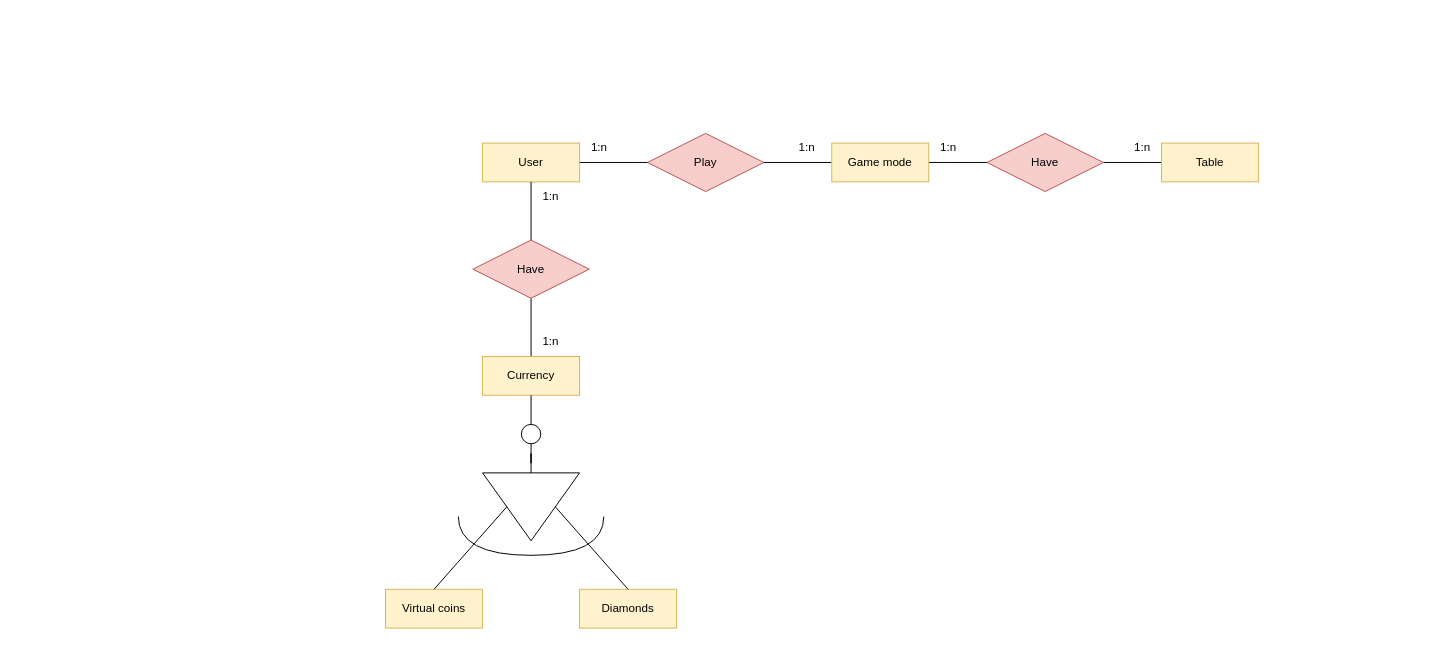
Earlier version of the draw.io diagram page "Página-2" (2 of 2) of doc/diagrams/TableStars_ER.drawio (samugd17/proyecto-ets). Source tidied: cells renumbered, new cells numbered last; positions are measured from the earlier drawing's top-left corner, leaving out a move shared by most shapes. Both pictures are drawn from the tidied source at 97%, with x=0, y=0 at pixel (385, 133).
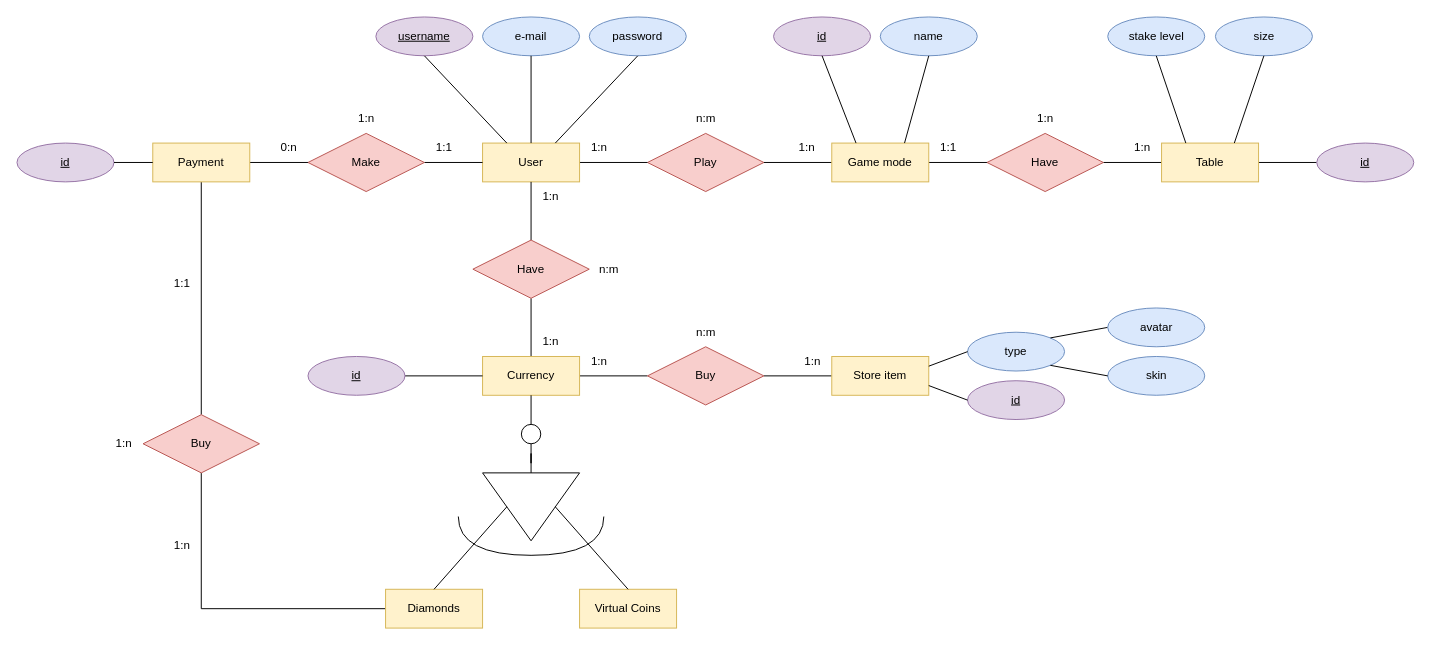
The same page after the edit.

Unchanged cells that the change refers to:
```xml
<mxCell id="5" value="User" style="whiteSpace=wrap;html=1;align=center;fillColor=#fff2cc;strokeColor=#d6b656;" parent="1" vertex="1">
  <mxGeometry x="100" y="10" width="100" height="40" as="geometry" />
</mxCell>
<mxCell id="7" value="Game mode" style="whiteSpace=wrap;html=1;align=center;fillColor=#fff2cc;strokeColor=#d6b656;" parent="1" vertex="1">
  <mxGeometry x="460" y="10" width="100" height="40" as="geometry" />
</mxCell>
<mxCell id="12" value="Table" style="whiteSpace=wrap;html=1;align=center;fillColor=#fff2cc;strokeColor=#d6b656;" parent="1" vertex="1">
  <mxGeometry x="800" y="10" width="100" height="40" as="geometry" />
</mxCell>
<mxCell id="18" value="Currency" style="whiteSpace=wrap;html=1;align=center;fillColor=#fff2cc;strokeColor=#d6b656;" parent="1" vertex="1">
  <mxGeometry x="100" y="230" width="100" height="40" as="geometry" />
</mxCell>
```

Change to the diagram source:
```diff
@@
+    <mxCell id="30" style="edgeStyle=orthogonalEdgeStyle;rounded=0;jettySize=auto;html=1;entryX=0;entryY=0.5;entryDx=0;entryDy=0;endArrow=none;endFill=0;" parent="1" edge="1" source="12" target="58">
+      <mxGeometry relative="1" as="geometry" />
+    </mxCell>
@@
-    <mxCell id="14" value="1:n" style="text;html=1;align=center;verticalAlign=middle;strokeColor=none;fillColor=none;" parent="1" vertex="1">
+    <mxCell id="14" value="1:1" style="text;html=1;align=center;verticalAlign=middle;strokeColor=none;fillColor=none;" parent="1" vertex="1">
       <mxGeometry x="560" width="40" height="30" as="geometry" />
     </mxCell>
@@
+    <mxCell id="31" style="edgeStyle=orthogonalEdgeStyle;rounded=0;jettySize=auto;html=1;entryX=0;entryY=0.5;entryDx=0;entryDy=0;endArrow=none;endFill=0;" parent="1" edge="1" source="18" target="60">
+      <mxGeometry relative="1" as="geometry" />
+    </mxCell>
@@
-    <mxCell id="22" value="Diamonds" style="whiteSpace=wrap;html=1;align=center;fillColor=#fff2cc;strokeColor=#d6b656;" parent="1" vertex="1">
+    <mxCell id="22" value="Virtual Coins" style="whiteSpace=wrap;html=1;align=center;fillColor=#fff2cc;strokeColor=#d6b656;" parent="1" vertex="1">
       <mxGeometry x="200" y="470" width="100" height="40" as="geometry" />
     </mxCell>
+    <mxCell id="32" style="edgeStyle=orthogonalEdgeStyle;rounded=0;jettySize=auto;html=1;entryX=0.5;entryY=1;entryDx=0;entryDy=0;endArrow=none;endFill=0;" parent="1" edge="1" source="23" target="66">
+      <mxGeometry relative="1" as="geometry" />
+    </mxCell>
-    <mxCell id="23" value="Virtual coins" style="whiteSpace=wrap;html=1;align=center;fillColor=#fff2cc;strokeColor=#d6b656;" parent="1" vertex="1">
+    <mxCell id="23" value="Diamonds" style="whiteSpace=wrap;html=1;align=center;fillColor=#fff2cc;strokeColor=#d6b656;" parent="1" vertex="1">
       <mxGeometry y="470" width="100" height="40" as="geometry" />
     </mxCell>
@@
+    <mxCell id="33" style="edgeStyle=orthogonalEdgeStyle;rounded=0;jettySize=auto;html=1;entryX=1;entryY=0.5;entryDx=0;entryDy=0;endArrow=none;endFill=0;" parent="1" edge="1" source="35" target="37">
+      <mxGeometry relative="1" as="geometry" />
+    </mxCell>
+    <mxCell id="34" style="edgeStyle=orthogonalEdgeStyle;rounded=0;jettySize=auto;html=1;entryX=0;entryY=0.5;entryDx=0;entryDy=0;endArrow=none;endFill=0;" parent="1" edge="1" source="35" target="5">
+      <mxGeometry relative="1" as="geometry" />
+    </mxCell>
+    <mxCell id="35" value="Make" style="shape=rhombus;perimeter=rhombusPerimeter;whiteSpace=wrap;html=1;align=center;fillColor=#f8cecc;strokeColor=#b85450;" parent="1" vertex="1">
+      <mxGeometry x="-80" width="120" height="60" as="geometry" />
+    </mxCell>
+    <mxCell id="36" style="edgeStyle=orthogonalEdgeStyle;rounded=0;jettySize=auto;html=1;entryX=0.5;entryY=0;entryDx=0;entryDy=0;endArrow=none;endFill=0;" parent="1" edge="1" source="37" target="66">
+      <mxGeometry relative="1" as="geometry" />
+    </mxCell>
+    <mxCell id="37" value="Payment" style="whiteSpace=wrap;html=1;align=center;fillColor=#fff2cc;strokeColor=#d6b656;" parent="1" vertex="1">
+      <mxGeometry x="-240" y="10" width="100" height="40" as="geometry" />
+    </mxCell>
+    <mxCell id="38" value="0:n" style="text;html=1;align=center;verticalAlign=middle;strokeColor=none;fillColor=none;" parent="1" vertex="1">
+      <mxGeometry x="-120" width="40" height="30" as="geometry" />
+    </mxCell>
+    <mxCell id="39" value="1:1" style="text;html=1;align=center;verticalAlign=middle;strokeColor=none;fillColor=none;" parent="1" vertex="1">
+      <mxGeometry x="40" width="40" height="30" as="geometry" />
+    </mxCell>
+    <mxCell id="40" value="username" style="ellipse;whiteSpace=wrap;html=1;align=center;fontStyle=4;fillColor=#e1d5e7;strokeColor=#9673a6;" parent="1" vertex="1">
+      <mxGeometry x="-10" y="-120" width="100" height="40" as="geometry" />
+    </mxCell>
+    <mxCell id="41" style="endArrow=none;html=1;rounded=0;entryX=0.5;entryY=1;entryDx=0;entryDy=0;exitX=0.25;exitY=0;exitDx=0;exitDy=0;" parent="1" edge="1" source="5" target="40">
+      <mxGeometry relative="1" as="geometry" />
+    </mxCell>
+    <mxCell id="42" value="e-mail" style="ellipse;whiteSpace=wrap;html=1;align=center;fillColor=#dae8fc;strokeColor=#6c8ebf;" parent="1" vertex="1">
+      <mxGeometry x="100" y="-120" width="100" height="40" as="geometry" />
+    </mxCell>
+    <mxCell id="43" style="endArrow=none;html=1;rounded=0;entryX=0.5;entryY=1;entryDx=0;entryDy=0;exitX=0.5;exitY=0;exitDx=0;exitDy=0;" parent="1" edge="1" source="5" target="42">
+      <mxGeometry relative="1" as="geometry" />
+    </mxCell>
+    <mxCell id="44" value="password" style="ellipse;whiteSpace=wrap;html=1;align=center;fillColor=#dae8fc;strokeColor=#6c8ebf;" parent="1" vertex="1">
+      <mxGeometry x="210" y="-120" width="100" height="40" as="geometry" />
+    </mxCell>
+    <mxCell id="45" style="endArrow=none;html=1;rounded=0;entryX=0.5;entryY=1;entryDx=0;entryDy=0;exitX=0.75;exitY=0;exitDx=0;exitDy=0;" parent="1" edge="1" source="5" target="44">
+      <mxGeometry relative="1" as="geometry" />
+    </mxCell>
+    <mxCell id="46" value="id" style="ellipse;whiteSpace=wrap;html=1;align=center;fontStyle=4;fillColor=#e1d5e7;strokeColor=#9673a6;" parent="1" vertex="1">
+      <mxGeometry x="400" y="-120" width="100" height="40" as="geometry" />
+    </mxCell>
+    <mxCell id="47" value="name" style="ellipse;whiteSpace=wrap;html=1;align=center;fillColor=#dae8fc;strokeColor=#6c8ebf;" parent="1" vertex="1">
+      <mxGeometry x="510" y="-120" width="100" height="40" as="geometry" />
+    </mxCell>
+    <mxCell id="48" style="endArrow=none;html=1;rounded=0;entryX=0.5;entryY=1;entryDx=0;entryDy=0;exitX=0.25;exitY=0;exitDx=0;exitDy=0;" parent="1" edge="1" source="7" target="46">
+      <mxGeometry relative="1" as="geometry" />
+    </mxCell>
+    <mxCell id="49" style="endArrow=none;html=1;rounded=0;entryX=0.5;entryY=1;entryDx=0;entryDy=0;exitX=0.75;exitY=0;exitDx=0;exitDy=0;" parent="1" edge="1" source="7" target="47">
+      <mxGeometry relative="1" as="geometry" />
+    </mxCell>
+    <mxCell id="50" value="size" style="ellipse;whiteSpace=wrap;html=1;align=center;fillColor=#dae8fc;strokeColor=#6c8ebf;" parent="1" vertex="1">
+      <mxGeometry x="855.5" y="-120" width="100" height="40" as="geometry" />
+    </mxCell>
+    <mxCell id="51" style="endArrow=none;html=1;rounded=0;entryX=0.5;entryY=1;entryDx=0;entryDy=0;exitX=0.75;exitY=0;exitDx=0;exitDy=0;" parent="1" edge="1" source="12" target="50">
+      <mxGeometry relative="1" as="geometry" />
+    </mxCell>
+    <mxCell id="52" value="stake level" style="ellipse;whiteSpace=wrap;html=1;align=center;fillColor=#dae8fc;strokeColor=#6c8ebf;" parent="1" vertex="1">
+      <mxGeometry x="744.5" y="-120" width="100" height="40" as="geometry" />
+    </mxCell>
+    <mxCell id="53" style="endArrow=none;html=1;rounded=0;entryX=0.5;entryY=1;entryDx=0;entryDy=0;exitX=0.25;exitY=0;exitDx=0;exitDy=0;" parent="1" edge="1" source="12" target="52">
+      <mxGeometry relative="1" as="geometry" />
+    </mxCell>
+    <mxCell id="54" value="id" style="ellipse;whiteSpace=wrap;html=1;align=center;fontStyle=4;fillColor=#e1d5e7;strokeColor=#9673a6;" parent="1" vertex="1">
+      <mxGeometry x="-380" y="10" width="100" height="40" as="geometry" />
+    </mxCell>
+    <mxCell id="55" style="endArrow=none;html=1;rounded=0;entryX=1;entryY=0.5;entryDx=0;entryDy=0;exitX=0;exitY=0.5;exitDx=0;exitDy=0;" parent="1" edge="1" source="37" target="54">
+      <mxGeometry relative="1" as="geometry" />
+    </mxCell>
+    <mxCell id="56" style="edgeStyle=orthogonalEdgeStyle;rounded=0;jettySize=auto;html=1;entryX=0;entryY=0.5;entryDx=0;entryDy=0;endArrow=none;endFill=0;" parent="1" edge="1" source="57" target="18">
+      <mxGeometry relative="1" as="geometry" />
+    </mxCell>
+    <mxCell id="57" value="id" style="ellipse;whiteSpace=wrap;html=1;align=center;fontStyle=4;fillColor=#e1d5e7;strokeColor=#9673a6;" parent="1" vertex="1">
+      <mxGeometry x="-80" y="230" width="100" height="40" as="geometry" />
+    </mxCell>
+    <mxCell id="58" value="id" style="ellipse;whiteSpace=wrap;html=1;align=center;fontStyle=4;fillColor=#e1d5e7;strokeColor=#9673a6;" parent="1" vertex="1">
+      <mxGeometry x="960" y="10" width="100" height="40" as="geometry" />
+    </mxCell>
+    <mxCell id="59" style="edgeStyle=orthogonalEdgeStyle;rounded=0;jettySize=auto;html=1;entryX=0;entryY=0.5;entryDx=0;entryDy=0;endArrow=none;endFill=0;" parent="1" edge="1" source="60" target="61">
+      <mxGeometry relative="1" as="geometry" />
+    </mxCell>
+    <mxCell id="60" value="Buy" style="shape=rhombus;perimeter=rhombusPerimeter;whiteSpace=wrap;html=1;align=center;fillColor=#f8cecc;strokeColor=#b85450;" parent="1" vertex="1">
+      <mxGeometry x="270" y="220" width="120" height="60" as="geometry" />
+    </mxCell>
+    <mxCell id="61" value="Store item" style="whiteSpace=wrap;html=1;align=center;fillColor=#fff2cc;strokeColor=#d6b656;" parent="1" vertex="1">
+      <mxGeometry x="460" y="230" width="100" height="40" as="geometry" />
+    </mxCell>
+    <mxCell id="62" value="id" style="ellipse;whiteSpace=wrap;html=1;align=center;fontStyle=4;fillColor=#e1d5e7;strokeColor=#9673a6;" parent="1" vertex="1">
+      <mxGeometry x="600" y="255" width="100" height="40" as="geometry" />
+    </mxCell>
+    <mxCell id="63" value="type" style="ellipse;whiteSpace=wrap;html=1;align=center;fillColor=#dae8fc;strokeColor=#6c8ebf;" parent="1" vertex="1">
+      <mxGeometry x="600" y="205" width="100" height="40" as="geometry" />
+    </mxCell>
+    <mxCell id="64" style="endArrow=none;html=1;rounded=0;entryX=0;entryY=0.5;entryDx=0;entryDy=0;exitX=1;exitY=0.25;exitDx=0;exitDy=0;" parent="1" edge="1" source="61" target="63">
+      <mxGeometry relative="1" as="geometry" />
+    </mxCell>
+    <mxCell id="65" style="endArrow=none;html=1;rounded=0;entryX=0;entryY=0.5;entryDx=0;entryDy=0;exitX=1;exitY=0.75;exitDx=0;exitDy=0;" parent="1" edge="1" source="61" target="62">
+      <mxGeometry relative="1" as="geometry" />
+    </mxCell>
+    <mxCell id="66" value="Buy" style="shape=rhombus;perimeter=rhombusPerimeter;whiteSpace=wrap;html=1;align=center;fillColor=#f8cecc;strokeColor=#b85450;" parent="1" vertex="1">
+      <mxGeometry x="-250" y="290" width="120" height="60" as="geometry" />
+    </mxCell>
+    <mxCell id="67" value="1:n" style="text;html=1;align=center;verticalAlign=middle;strokeColor=none;fillColor=none;" parent="1" vertex="1">
+      <mxGeometry x="420" y="220" width="40" height="30" as="geometry" />
+    </mxCell>
+    <mxCell id="68" value="1:n" style="text;html=1;align=center;verticalAlign=middle;strokeColor=none;fillColor=none;" parent="1" vertex="1">
+      <mxGeometry x="200" y="220" width="40" height="30" as="geometry" />
+    </mxCell>
+    <mxCell id="69" value="1:n" style="text;html=1;align=center;verticalAlign=middle;strokeColor=none;fillColor=none;" parent="1" vertex="1">
+      <mxGeometry x="-230" y="410" width="40" height="30" as="geometry" />
+    </mxCell>
+    <mxCell id="70" value="1:1" style="text;html=1;align=center;verticalAlign=middle;strokeColor=none;fillColor=none;" parent="1" vertex="1">
+      <mxGeometry x="-230" y="140" width="40" height="30" as="geometry" />
+    </mxCell>
+    <mxCell id="71" value="1:n" style="text;html=1;align=center;verticalAlign=middle;strokeColor=none;fillColor=none;" parent="1" vertex="1">
+      <mxGeometry x="-290" y="305" width="40" height="30" as="geometry" />
+    </mxCell>
+    <mxCell id="72" value="1:n" style="text;html=1;align=center;verticalAlign=middle;strokeColor=none;fillColor=none;" parent="1" vertex="1">
+      <mxGeometry x="-40" y="-30" width="40" height="30" as="geometry" />
+    </mxCell>
+    <mxCell id="73" value="n:m" style="text;html=1;align=center;verticalAlign=middle;strokeColor=none;fillColor=none;" parent="1" vertex="1">
+      <mxGeometry x="210" y="125" width="40" height="30" as="geometry" />
+    </mxCell>
+    <mxCell id="74" value="n:m" style="text;html=1;align=center;verticalAlign=middle;strokeColor=none;fillColor=none;" parent="1" vertex="1">
+      <mxGeometry x="310" y="190" width="40" height="30" as="geometry" />
+    </mxCell>
+    <mxCell id="75" value="n:m" style="text;html=1;align=center;verticalAlign=middle;strokeColor=none;fillColor=none;" parent="1" vertex="1">
+      <mxGeometry x="310" y="-30" width="40" height="30" as="geometry" />
+    </mxCell>
+    <mxCell id="76" value="1:n" style="text;html=1;align=center;verticalAlign=middle;strokeColor=none;fillColor=none;" parent="1" vertex="1">
+      <mxGeometry x="660" y="-30" width="40" height="30" as="geometry" />
+    </mxCell>
+    <mxCell id="77" style="endArrow=none;html=1;rounded=0;entryX=1;entryY=0;entryDx=0;entryDy=0;exitX=0;exitY=0.5;exitDx=0;exitDy=0;" parent="1" edge="1" source="78" target="63">
+      <mxGeometry relative="1" as="geometry" />
+    </mxCell>
+    <mxCell id="78" value="avatar" style="ellipse;whiteSpace=wrap;html=1;align=center;fillColor=#dae8fc;strokeColor=#6c8ebf;" parent="1" vertex="1">
+      <mxGeometry x="744.5" y="180" width="100" height="40" as="geometry" />
+    </mxCell>
+    <mxCell id="79" value="skin" style="ellipse;whiteSpace=wrap;html=1;align=center;fillColor=#dae8fc;strokeColor=#6c8ebf;" parent="1" vertex="1">
+      <mxGeometry x="744.5" y="230" width="100" height="40" as="geometry" />
+    </mxCell>
+    <mxCell id="80" style="endArrow=none;html=1;rounded=0;entryX=1;entryY=1;entryDx=0;entryDy=0;exitX=0;exitY=0.5;exitDx=0;exitDy=0;" parent="1" edge="1" source="79" target="63">
+      <mxGeometry relative="1" as="geometry" />
+    </mxCell>
```
